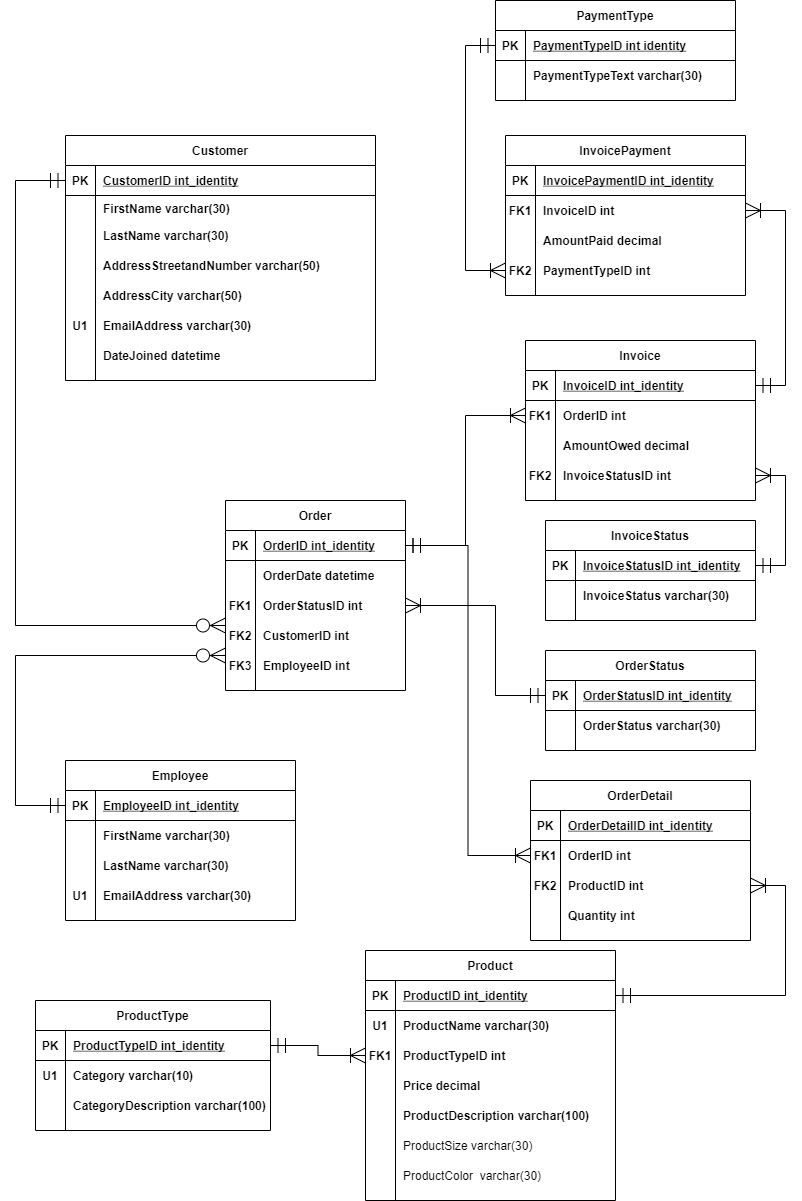
Above: Project/Project Logical Model.png in trisxcj1/SyracuseUniversity_IST659 (draw.io), before the change. Source tidied: cells renumbered, new cells last; positions are measured from the earlier drawing's top-left corner, leaving out a move shared by most shapes.
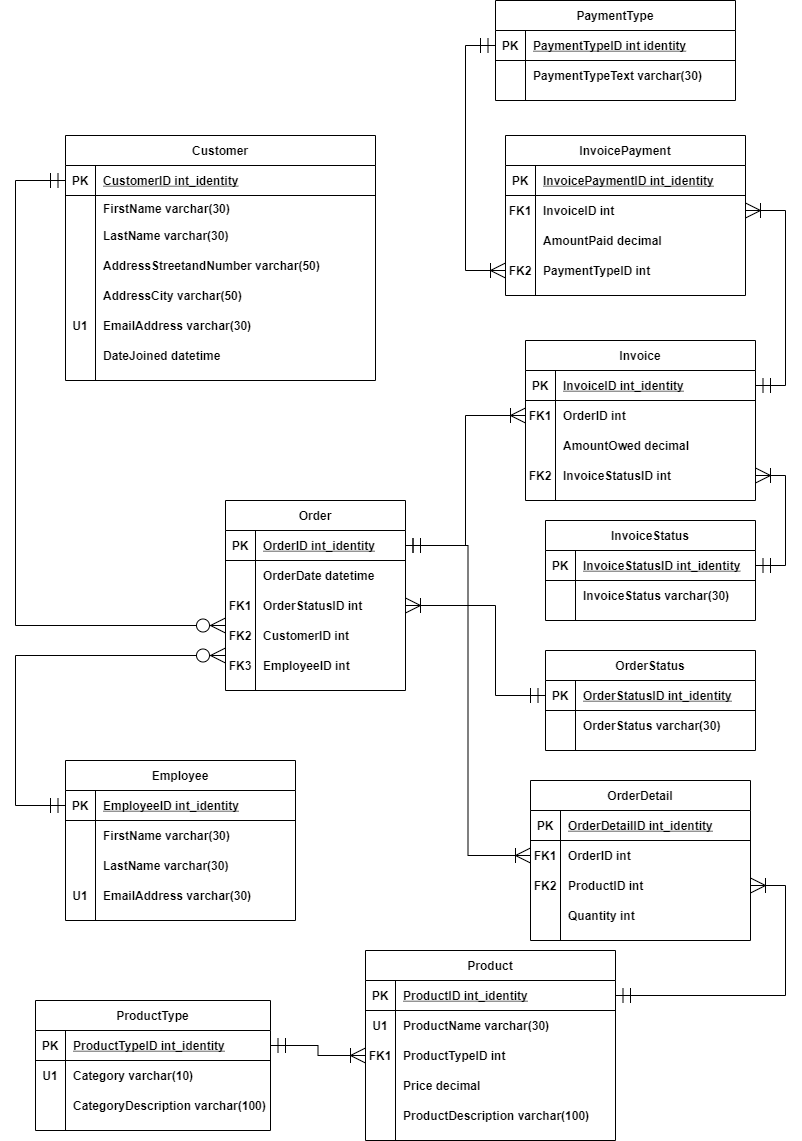
The same diagram one commit later.

Commit message:
bye bye product colour and size

What changed in the source:
```diff
@@ -69,7 +69,7 @@
       <mxGeometry x="30" width="280" height="30" as="geometry" />
     </mxCell>
     <mxCell id="24" value="Product" style="shape=table;startSize=30;rowLines=0;fontStyle=1;align=center;" parent="1" vertex="1">
-      <mxGeometry x="350" y="950" width="250" height="250" as="geometry" />
+      <mxGeometry x="350" y="950" width="250" height="190" as="geometry" />
     </mxCell>
     <mxCell id="25" style="shape=partialRectangle;fillColor=none;top=0;left=0;bottom=1;right=0;points=[[0,0.5],[1,0.5]];portConstraint=eastwest;" parent="24" vertex="1">
       <mxGeometry y="30" width="250" height="30" as="geometry" />
@@ -116,24 +116,6 @@
     <mxCell id="39" value="ProductDescription varchar(100)" style="shape=partialRectangle;fillColor=none;top=0;left=0;bottom=0;right=0;align=left;spacingLeft=6;overflow=hidden;fontStyle=1;" parent="37" vertex="1">
       <mxGeometry x="30" width="220" height="30" as="geometry" />
     </mxCell>
-    <mxCell id="40" style="shape=partialRectangle;fillColor=none;top=0;left=0;bottom=0;right=0;" parent="24" vertex="1">
-      <mxGeometry y="180" width="250" height="30" as="geometry" />
-    </mxCell>
-    <mxCell id="41" style="shape=partialRectangle;fillColor=none;top=0;left=0;bottom=0;right=0;overflow=hidden;" parent="40" vertex="1">
-      <mxGeometry width="30" height="30" as="geometry" />
-    </mxCell>
-    <mxCell id="42" value="ProductSize varchar(30)" style="shape=partialRectangle;fillColor=none;top=0;left=0;bottom=0;right=0;align=left;spacingLeft=6;overflow=hidden;" parent="40" vertex="1">
-      <mxGeometry x="30" width="220" height="30" as="geometry" />
-    </mxCell>
-    <mxCell id="43" style="shape=partialRectangle;fillColor=none;top=0;left=0;bottom=0;right=0;" parent="24" vertex="1">
-      <mxGeometry y="210" width="250" height="30" as="geometry" />
-    </mxCell>
-    <mxCell id="44" style="shape=partialRectangle;fillColor=none;top=0;left=0;bottom=0;right=0;overflow=hidden;" parent="43" vertex="1">
-      <mxGeometry width="30" height="30" as="geometry" />
-    </mxCell>
-    <mxCell id="45" value="ProductColor  varchar(30)" style="shape=partialRectangle;fillColor=none;top=0;left=0;bottom=0;right=0;align=left;spacingLeft=6;overflow=hidden;" parent="43" vertex="1">
-      <mxGeometry x="30" width="220" height="30" as="geometry" />
-    </mxCell>
     <mxCell id="46" value="Employee" style="shape=table;startSize=30;rowLines=0;fontStyle=1;align=center;" parent="1" vertex="1">
       <mxGeometry x="50" y="760" width="230" height="160" as="geometry" />
     </mxCell>
```
